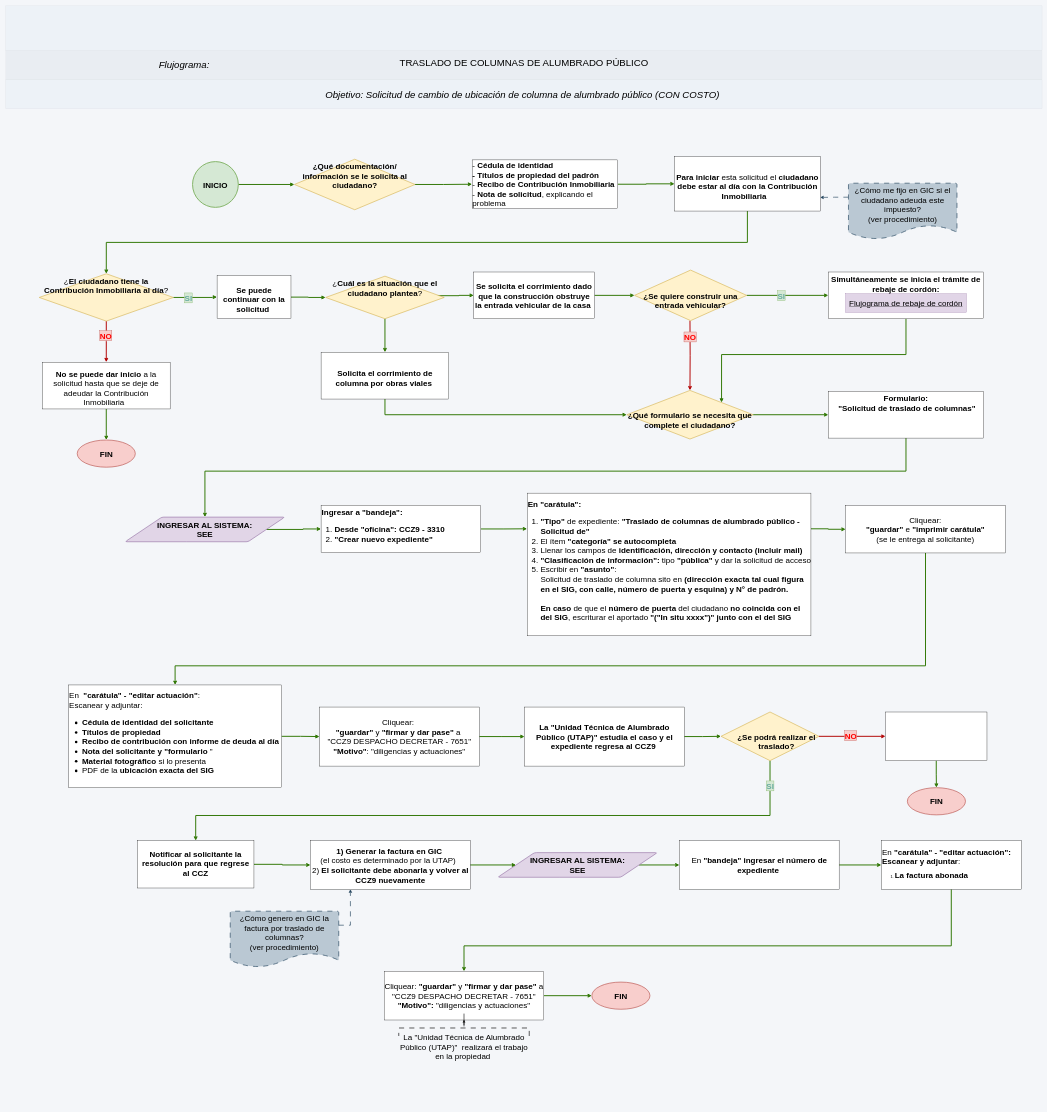
Above: page "Traslado de columnas" (1 of 5) of Traslado_de_columnas/Traslado de columnas.drawio in adlc20/Manual_de_procedimientos_ccz9 (draw.io), before the change. Source tidied: cells renumbered, new cells numbered last; positions are measured from the earlier drawing's top-left corner, leaving out a move shared by most shapes. Both pictures are drawn from the tidied source at 32%, with x=0, y=0 at pixel (5, 5).
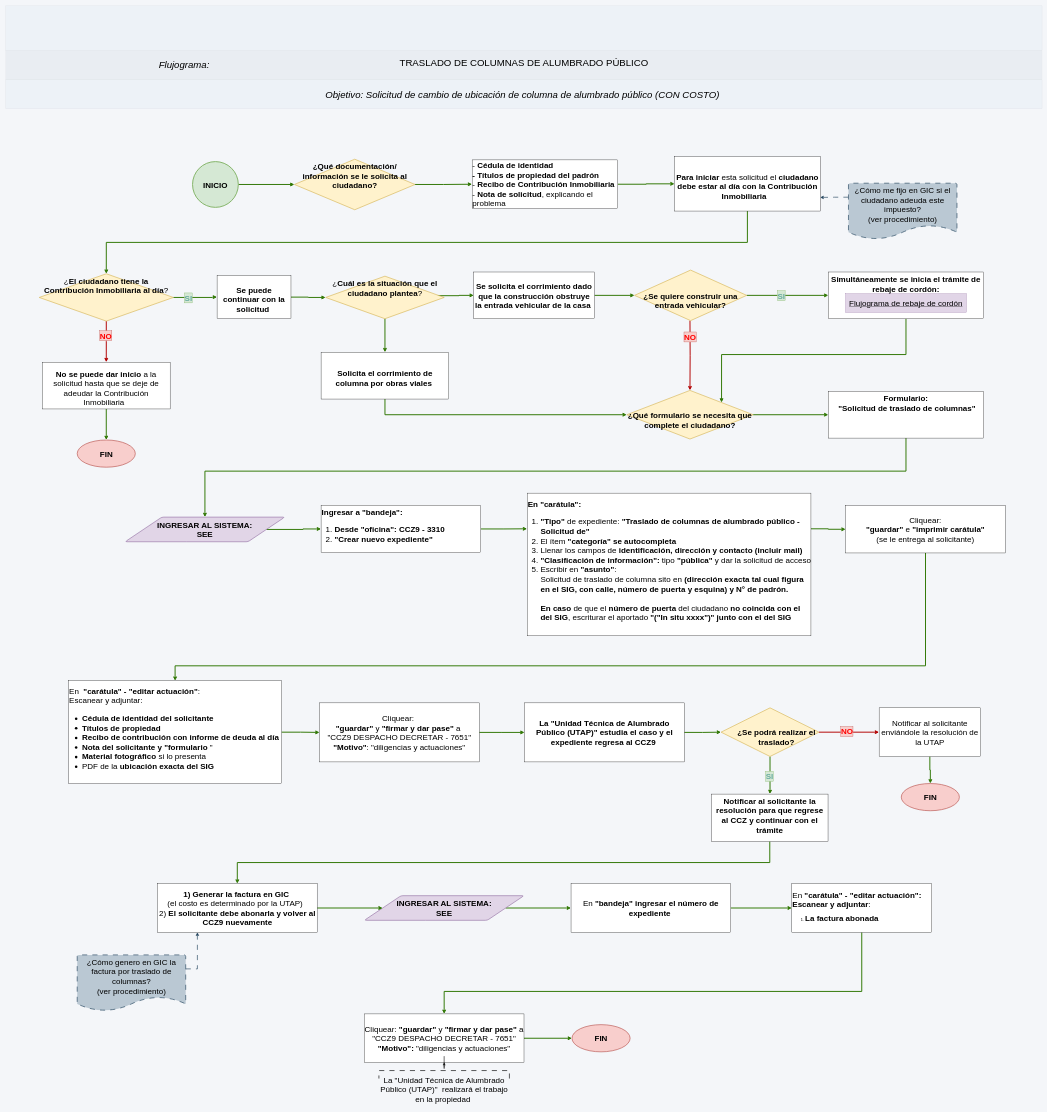
Above is the later version.

Change to the diagram source:
```diff
@@
     <mxCell id="54" value="&lt;font&gt;En&amp;nbsp;&amp;nbsp;&lt;span style=&quot;background-color: transparent;&quot;&gt;&lt;font style=&quot;color: rgb(0, 0, 0);&quot;&gt;&lt;b&gt;&quot;carátula&quot; - &quot;editar actuación&quot;&lt;/b&gt;&lt;/font&gt;&lt;/span&gt;:&amp;nbsp;&lt;/font&gt;&lt;span style=&quot;background-color: transparent; color: light-dark(rgb(0, 0, 0), rgb(255, 255, 255));&quot;&gt;&amp;nbsp;&lt;/span&gt;&lt;div&gt;&lt;span style=&quot;background-color: transparent; color: light-dark(rgb(0, 0, 0), rgb(255, 255, 255));&quot;&gt;Escanear y adjuntar:&lt;/span&gt;&lt;/div&gt;&lt;div&gt;&lt;ul&gt;&lt;li&gt;&lt;span&gt;&lt;b&gt;Cédula de identidad del solicitante&amp;nbsp;&lt;/b&gt;&lt;/span&gt;&lt;/li&gt;&lt;li&gt;&lt;span&gt;&lt;b&gt;Títulos de propiedad&amp;nbsp;&amp;nbsp;&lt;/b&gt;&lt;/span&gt;&lt;/li&gt;&lt;li&gt;&lt;b&gt;Recibo de contribución con informe de deuda al día&lt;/b&gt;&lt;/li&gt;&lt;li&gt;&lt;span&gt;&lt;b&gt;Nota del solicitante y &quot;formulario &lt;/b&gt;&quot;&lt;b&gt;&amp;nbsp;&lt;/b&gt;&lt;/span&gt;&lt;/li&gt;&lt;li&gt;&lt;span style=&quot;background-color: transparent; color: light-dark(rgb(0, 0, 0), rgb(255, 255, 255));&quot;&gt;&lt;b&gt;Material fotográfico&lt;/b&gt; si lo presenta&lt;/span&gt;&lt;/li&gt;&lt;li&gt;&lt;span&gt;PDF de la&lt;b&gt; ubicación exacta del SIG&lt;/b&gt;&lt;/span&gt;&lt;/li&gt;&lt;/ul&gt;&lt;/div&gt;" style="rounded=0;whiteSpace=wrap;html=1;align=left;fontSize=25;" parent="1" vertex="1">
-      <mxGeometry x="197.2" y="2123" width="665" height="321" as="geometry" />
+      <mxGeometry x="197.2" y="2110" width="665" height="321" as="geometry" />
     </mxCell>
@@
     <mxCell id="56" value="&lt;span&gt;Cliquear:&lt;b&gt;&amp;nbsp;&lt;/b&gt;&lt;/span&gt;&lt;div&gt;&lt;div&gt;&lt;span&gt;&lt;b&gt;&quot;guardar&quot;&lt;/b&gt; y &lt;b&gt;&quot;firmar y dar pase&quot;&lt;/b&gt; a&amp;nbsp;&lt;/span&gt;&lt;/div&gt;&lt;div&gt;&lt;span&gt;&quot;CCZ9 DESPACHO DECRETAR - 7651&quot;&lt;/span&gt;&lt;/div&gt;&lt;div&gt;&lt;span&gt;&lt;b&gt;&quot;Motivo&quot;&lt;/b&gt;: &quot;diligencias y actuaciones&quot;&lt;/span&gt;&lt;/div&gt;&lt;/div&gt;" style="rounded=0;whiteSpace=wrap;html=1;align=center;fontSize=25;" parent="1" vertex="1">
-      <mxGeometry x="981.2" y="2192" width="499" height="184.5" as="geometry" />
+      <mxGeometry x="981.2" y="2179" width="499" height="184.5" as="geometry" />
     </mxCell>
@@
     <mxCell id="60" value="&lt;b&gt;La &quot;Unidad Técnica de Alumbrado Público (UTAP)&quot; estudia el caso y el expediente regresa al CCZ9&lt;/b&gt;&lt;b style=&quot;background-color: transparent; color: light-dark(rgb(0, 0, 0), rgb(255, 255, 255));&quot;&gt;&amp;nbsp;&lt;/b&gt;" style="rounded=0;whiteSpace=wrap;html=1;align=center;fontSize=25;" parent="1" vertex="1">
-      <mxGeometry x="1621.8" y="2192" width="499" height="184.5" as="geometry" />
+      <mxGeometry x="1621.8" y="2179" width="499" height="184.5" as="geometry" />
     </mxCell>
-    <mxCell id="61" style="edgeStyle=orthogonalEdgeStyle;rounded=0;jettySize=auto;html=1;exitX=1;exitY=0.5;exitDx=0;exitDy=0;fillColor=#60a917;strokeColor=#2D7600;strokeWidth=3;" parent="1" edge="1" source="62" target="73">
+    <mxCell id="61" style="edgeStyle=orthogonalEdgeStyle;rounded=0;jettySize=auto;html=1;exitX=0.5;exitY=1;exitDx=0;exitDy=0;entryX=0.5;entryY=0;entryDx=0;entryDy=0;fillColor=#60a917;strokeColor=#2D7600;strokeWidth=3;" parent="1" edge="1" source="62" target="73">
       <mxGeometry relative="1" as="geometry" />
     </mxCell>
-    <mxCell id="62" value="&lt;b&gt;Notificar al solicitante la resolución para que regrese al CCZ&lt;/b&gt;&lt;div&gt;&lt;br&gt;&lt;/div&gt;" style="rounded=0;whiteSpace=wrap;html=1;align=center;fontSize=25;verticalAlign=bottom;" parent="1" vertex="1">
-      <mxGeometry x="412" y="2609.5" width="364.1" height="148" as="geometry" />
+    <mxCell id="62" value="&lt;b&gt;Notificar al solicitante la resolución para que regrese al CCZ y continuar con el trámite&lt;/b&gt;&lt;div&gt;&lt;br&gt;&lt;/div&gt;" style="rounded=0;whiteSpace=wrap;html=1;align=center;fontSize=25;verticalAlign=top;" parent="1" vertex="1">
+      <mxGeometry x="2206" y="2464" width="364.1" height="148" as="geometry" />
     </mxCell>
     <mxCell id="63" style="edgeStyle=orthogonalEdgeStyle;rounded=0;jettySize=auto;html=1;exitX=0.5;exitY=1;exitDx=0;exitDy=0;fillColor=#60a917;strokeColor=#2D7600;strokeWidth=3;entryX=0.5;entryY=0;entryDx=0;entryDy=0;" parent="1" edge="1" source="67" target="62">
       <mxGeometry relative="1" as="geometry">
         <Array as="points">
-          <mxPoint x="2388.7" y="2530.9" />
-          <mxPoint x="594.1" y="2530.9" />
+          <mxPoint x="2388.1" y="2456" />
+          <mxPoint x="2388.1" y="2456" />
         </Array>
       </mxGeometry>
     </mxCell>
     <mxCell id="64" value="&lt;font style=&quot;font-size: 25px;&quot;&gt;&lt;b style=&quot;color: rgb(103, 171, 159);&quot;&gt;SI&lt;/b&gt;&lt;/font&gt;" style="edgeLabel;html=1;align=center;verticalAlign=middle;labelBackgroundColor=#d5e8d4;labelBorderColor=#82b366;" parent="63" vertex="1">
       <mxGeometry x="-0.92" y="4" relative="1" as="geometry">
-        <mxPoint x="-4" y="-4" as="offset" />
+        <mxPoint x="-6" y="56" as="offset" />
       </mxGeometry>
     </mxCell>
@@
     <mxCell id="67" value="&lt;span style=&quot;font-size: 25px; background-color: transparent; color: light-dark(rgb(0, 0, 0), rgb(255, 255, 255));&quot;&gt;&lt;br&gt;&lt;/span&gt;&lt;blockquote style=&quot;margin: 0px 0px 0px 40px; border-width: medium; border-style: none; border-color: currentcolor; border-image: none; padding: 0px;&quot;&gt;&lt;span style=&quot;font-size: 25px; background-color: transparent; color: light-dark(rgb(0, 0, 0), rgb(255, 255, 255));&quot;&gt;&lt;b&gt;¿Se podrá realizar el traslado?&lt;/b&gt;&lt;/span&gt;&lt;/blockquote&gt;" style="rhombus;whiteSpace=wrap;html=1;shapeInside=1;fillColor=#fff2cc;strokeColor=#d6b656;strokeWidth=2;verticalAlign=middle;align=center;" parent="1" vertex="1">
-      <mxGeometry x="2235.8" y="2207.5" width="306" height="152" as="geometry" />
+      <mxGeometry x="2235.8" y="2194.5" width="306" height="152" as="geometry" />
     </mxCell>
@@
-    <mxCell id="69" style="rounded=0;whiteSpace=wrap;html=1;align=center;fontSize=25;" parent="1" vertex="1">
-      <mxGeometry x="2749.8" y="2207.5" width="317" height="152" as="geometry" />
+    <mxCell id="69" value="Notificar al solicitante enviándole la resolución de la UTAP" style="rounded=0;whiteSpace=wrap;html=1;align=center;fontSize=25;" parent="1" vertex="1">
+      <mxGeometry x="2729.8" y="2194.5" width="317" height="152" as="geometry" />
     </mxCell>
@@
     <mxCell id="71" value="&lt;font style=&quot;font-size: 25px;&quot;&gt;&lt;b&gt;INGRESAR AL SISTEMA:&lt;/b&gt;&lt;/font&gt;&lt;div&gt;&lt;font style=&quot;font-size: 25px;&quot;&gt;&lt;b&gt;SEE&lt;/b&gt;&lt;/font&gt;&lt;/div&gt;" style="shape=parallelogram;html=1;strokeWidth=2;perimeter=parallelogramPerimeter;whiteSpace=wrap;rounded=1;arcSize=12;size=0.23;fillColor=#e1d5e7;strokeColor=#9673a6;" parent="1" vertex="1">
-      <mxGeometry x="1537.8" y="2647" width="499" height="77" as="geometry" />
+      <mxGeometry x="1121" y="2781.5" width="499" height="77" as="geometry" />
     </mxCell>
@@
     <mxCell id="73" value="&lt;b&gt;1) Generar la factura en GIC&amp;nbsp;&lt;/b&gt;&lt;div&gt;(el costo es determinado por la UTAP)&amp;nbsp;&lt;b&gt;&amp;nbsp;&lt;/b&gt;&lt;div&gt;2) &lt;b&gt;El solicitante debe abonarla y volver al CCZ9 nuevamente&lt;/b&gt;&lt;/div&gt;&lt;/div&gt;" style="rounded=0;whiteSpace=wrap;html=1;align=center;fontSize=25;" parent="1" vertex="1">
-      <mxGeometry x="952.8" y="2609.5" width="499" height="152" as="geometry" />
+      <mxGeometry x="474.6" y="2744" width="499" height="152" as="geometry" />
     </mxCell>
@@
     <mxCell id="75" value="&lt;font style=&quot;font-size: 25px;&quot;&gt;¿Cómo genero en GIC la factura por traslado de columnas?&lt;/font&gt;&lt;div&gt;&lt;font style=&quot;font-size: 25px;&quot;&gt;(ver procedimiento)&lt;/font&gt;&lt;/div&gt;" style="strokeWidth=2;html=1;shape=mxgraph.flowchart.document2;whiteSpace=wrap;size=0.25;fillColor=#bac8d3;strokeColor=#23445d;dashed=1;dashPattern=8 8;verticalAlign=top;" parent="1" vertex="1">
-      <mxGeometry x="702" y="2830" width="339" height="175" as="geometry" />
+      <mxGeometry x="223.8" y="2966.5" width="339" height="175" as="geometry" />
     </mxCell>
@@
     <mxCell id="77" value="&lt;div&gt;&lt;font style=&quot;font-size: 25px;&quot;&gt;En&amp;nbsp;&lt;b style=&quot;&quot;&gt;&quot;bandeja&quot;&lt;/b&gt;&amp;nbsp;&lt;b style=&quot;&quot;&gt;ingresar el número de expediente&amp;nbsp;&lt;/b&gt;&lt;/font&gt;&lt;/div&gt;" style="rounded=0;whiteSpace=wrap;html=1;" parent="1" vertex="1">
-      <mxGeometry x="2105.8" y="2609.5" width="499" height="152" as="geometry" />
+      <mxGeometry x="1767" y="2744" width="499" height="152" as="geometry" />
     </mxCell>
     <mxCell id="78" style="edgeStyle=orthogonalEdgeStyle;rounded=0;jettySize=auto;html=1;exitX=0.5;exitY=1;exitDx=0;exitDy=0;fillColor=#60a917;strokeColor=#2D7600;strokeWidth=3;entryX=0.5;entryY=0;entryDx=0;entryDy=0;" parent="1" edge="1" source="79" target="81">
       <mxGeometry relative="1" as="geometry">
         <Array as="points">
-          <mxPoint x="2955.3" y="2938.3" />
-          <mxPoint x="1432.5" y="2938.3" />
+          <mxPoint x="2675.7" y="3080.7" />
+          <mxPoint x="1370.7" y="3080.7" />
         </Array>
       </mxGeometry>
     </mxCell>
     <mxCell id="79" value="&lt;div&gt;&lt;span style=&quot;background-color: transparent; color: light-dark(rgb(0, 0, 0), rgb(255, 255, 255));&quot;&gt;&lt;font style=&quot;font-size: 25px;&quot;&gt;En&lt;b style=&quot;&quot;&gt; &quot;carátula&quot; - &quot;editar actuación&quot;:&lt;/b&gt;&amp;nbsp;&lt;/font&gt;&lt;/span&gt;&lt;/div&gt;&lt;div&gt;&lt;font style=&quot;font-size: 25px;&quot;&gt;&lt;b&gt;Escanear y adjuntar&lt;/b&gt;:&amp;nbsp;&lt;/font&gt;&lt;/div&gt;&lt;div&gt;&lt;ol&gt;&lt;li&gt;&lt;b style=&quot;&quot;&gt;&lt;font style=&quot;font-size: 25px;&quot;&gt;La factura abonada&lt;/font&gt;&lt;/b&gt;&lt;/li&gt;&lt;/ol&gt;&lt;/div&gt;" style="rounded=0;whiteSpace=wrap;html=1;align=left;" parent="1" vertex="1">
-      <mxGeometry x="2736.8" y="2609.5" width="437" height="152" as="geometry" />
+      <mxGeometry x="2457" y="2744" width="437" height="152" as="geometry" />
     </mxCell>
@@
     <mxCell id="81" value="&lt;font style=&quot;font-size: 25px;&quot;&gt;Cliquear:&lt;b style=&quot;&quot;&gt; &quot;guardar&quot; &lt;/b&gt;y &lt;b style=&quot;&quot;&gt;&quot;firmar y dar pase&quot; &lt;/b&gt;a &lt;span style=&quot;color: rgb(0, 0, 0);&quot;&gt;&quot;CCZ9 DESPACHO DECRETAR - 7651&quot;&lt;/span&gt;&lt;/font&gt;&lt;div&gt;&lt;font style=&quot;font-size: 25px;&quot;&gt;&lt;b style=&quot;&quot;&gt;&quot;Motivo&quot;: &lt;/b&gt;&quot;diligencias y actuaciones&quot;&lt;/font&gt;&lt;/div&gt;" style="rounded=0;whiteSpace=wrap;html=1;" parent="1" vertex="1">
-      <mxGeometry x="1183" y="3018" width="499" height="152" as="geometry" />
+      <mxGeometry x="1121" y="3151" width="499" height="152" as="geometry" />
     </mxCell>
     <mxCell id="82" value="&lt;b&gt;&lt;font style=&quot;font-size: 25px;&quot;&gt;FIN&lt;/font&gt;&lt;/b&gt;" style="strokeWidth=2;html=1;shape=mxgraph.flowchart.start_1;whiteSpace=wrap;fillColor=#f8cecc;strokeColor=#b85450;" parent="1" vertex="1">
-      <mxGeometry x="1832" y="3051.5" width="181.6" height="85" as="geometry" />
+      <mxGeometry x="1770" y="3184.5" width="181.6" height="85" as="geometry" />
     </mxCell>
@@
     <mxCell id="84" style="strokeWidth=2;html=1;shape=mxgraph.flowchart.annotation_2;align=left;labelPosition=right;direction=south;strokeColor=default;dashed=1;dashPattern=8 8;" parent="1" vertex="1">
-      <mxGeometry x="1228.6" y="3170" width="407.8" height="50" as="geometry" />
+      <mxGeometry x="1166.6" y="3303" width="407.8" height="50" as="geometry" />
     </mxCell>
     <mxCell id="85" value="&lt;font style=&quot;font-size: 25px;&quot;&gt;La &quot;Unidad Técnica de Alumbrado Público (UTAP)&quot;&amp;nbsp; realizará el trabajo en la propiedad&amp;nbsp;&lt;/font&gt;" style="text;html=1;whiteSpace=wrap;strokeColor=none;fillColor=none;align=center;verticalAlign=middle;rounded=0;" parent="1" vertex="1">
-      <mxGeometry x="1223" y="3198" width="419" height="110" as="geometry" />
+      <mxGeometry x="1161" y="3331" width="419" height="110" as="geometry" />
     </mxCell>
     <mxCell id="86" value="&lt;b&gt;&lt;font style=&quot;font-size: 25px;&quot;&gt;FIN&lt;/font&gt;&lt;/b&gt;" style="strokeWidth=2;html=1;shape=mxgraph.flowchart.start_1;whiteSpace=wrap;fillColor=#f8cecc;strokeColor=#b85450;" parent="1" vertex="1">
-      <mxGeometry x="2818" y="2444" width="181.6" height="85" as="geometry" />
+      <mxGeometry x="2799" y="2431" width="181.6" height="85" as="geometry" />
     </mxCell>
```
